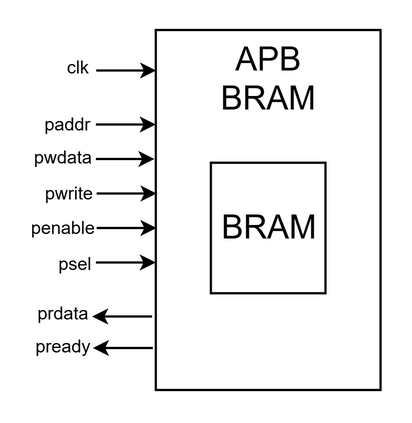
The draw.io diagram images/apb_bram.png in taeseong-dev/apb-bus-peripherals, before a commit. Source tidied: cells renumbered, new cells last; positions are measured from the earlier drawing's top-left corner, leaving out a move shared by most shapes. Its diagram source:
```xml
<mxGraphModel>
  <root>
    <mxCell id="0" />
    <mxCell id="1" parent="0" />
    <mxCell id="2" value="APB&lt;div&gt;BRAM&lt;/div&gt;" style="rounded=0;whiteSpace=wrap;html=1;fontSize=22;strokeWidth=1.5;verticalAlign=top;" parent="1" vertex="1">
      <mxGeometry x="78" width="150" height="240" as="geometry" />
    </mxCell>
    <mxCell id="3" style="edgeStyle=orthogonalEdgeStyle;rounded=0;orthogonalLoop=1;jettySize=auto;html=1;startArrow=none;startFill=0;strokeWidth=1.5;" parent="1" edge="1">
      <mxGeometry relative="1" as="geometry">
        <mxPoint x="38.2" y="27" as="sourcePoint" />
        <mxPoint x="78.2" y="27" as="targetPoint" />
      </mxGeometry>
    </mxCell>
    <mxCell id="4" style="edgeStyle=orthogonalEdgeStyle;rounded=0;orthogonalLoop=1;jettySize=auto;html=1;startArrow=none;startFill=0;strokeWidth=1.5;" parent="1" edge="1">
      <mxGeometry relative="1" as="geometry">
        <mxPoint x="38" y="63" as="sourcePoint" />
        <mxPoint x="78" y="63" as="targetPoint" />
      </mxGeometry>
    </mxCell>
    <mxCell id="5" style="edgeStyle=orthogonalEdgeStyle;rounded=0;orthogonalLoop=1;jettySize=auto;html=1;startArrow=none;startFill=0;strokeWidth=1.5;entryX=-0.005;entryY=0.274;entryDx=0;entryDy=0;entryPerimeter=0;" parent="1" edge="1">
      <mxGeometry relative="1" as="geometry">
        <mxPoint x="38" y="86" as="sourcePoint" />
        <mxPoint x="77.1" y="85.5" as="targetPoint" />
      </mxGeometry>
    </mxCell>
    <mxCell id="6" value="clk" style="text;html=1;whiteSpace=wrap;strokeColor=none;fillColor=none;align=center;verticalAlign=middle;rounded=0;" parent="1" vertex="1">
      <mxGeometry x="11.2" y="10" width="30" height="30" as="geometry" />
    </mxCell>
    <mxCell id="7" value="paddr" style="text;html=1;whiteSpace=wrap;strokeColor=none;fillColor=none;align=center;verticalAlign=middle;rounded=0;" parent="1" vertex="1">
      <mxGeometry x="4.2" y="48" width="30" height="30" as="geometry" />
    </mxCell>
    <mxCell id="8" value="pwdata" style="text;html=1;whiteSpace=wrap;strokeColor=none;fillColor=none;align=center;verticalAlign=middle;rounded=0;" parent="1" vertex="1">
      <mxGeometry x="1.2" y="70" width="30" height="30" as="geometry" />
    </mxCell>
    <mxCell id="9" style="edgeStyle=orthogonalEdgeStyle;rounded=0;orthogonalLoop=1;jettySize=auto;html=1;startArrow=none;startFill=0;strokeWidth=1.5;" parent="1" edge="1">
      <mxGeometry relative="1" as="geometry">
        <mxPoint x="38.5" y="109" as="sourcePoint" />
        <mxPoint x="78.5" y="109" as="targetPoint" />
      </mxGeometry>
    </mxCell>
    <mxCell id="10" style="edgeStyle=orthogonalEdgeStyle;rounded=0;orthogonalLoop=1;jettySize=auto;html=1;startArrow=none;startFill=0;strokeWidth=1.5;" parent="1" edge="1">
      <mxGeometry relative="1" as="geometry">
        <mxPoint x="38.5" y="132" as="sourcePoint" />
        <mxPoint x="78.5" y="132" as="targetPoint" />
      </mxGeometry>
    </mxCell>
    <mxCell id="11" value="pwrite" style="text;html=1;whiteSpace=wrap;strokeColor=none;fillColor=none;align=center;verticalAlign=middle;rounded=0;" parent="1" vertex="1">
      <mxGeometry x="4.5" y="94" width="30" height="30" as="geometry" />
    </mxCell>
    <mxCell id="12" value="penable" style="text;html=1;whiteSpace=wrap;strokeColor=none;fillColor=none;align=center;verticalAlign=middle;rounded=0;" parent="1" vertex="1">
      <mxGeometry x="0.5" y="117" width="30" height="30" as="geometry" />
    </mxCell>
    <mxCell id="13" style="edgeStyle=orthogonalEdgeStyle;rounded=0;orthogonalLoop=1;jettySize=auto;html=1;startArrow=none;startFill=0;strokeWidth=1.5;" parent="1" edge="1">
      <mxGeometry relative="1" as="geometry">
        <mxPoint x="38" y="155" as="sourcePoint" />
        <mxPoint x="78" y="155" as="targetPoint" />
      </mxGeometry>
    </mxCell>
    <mxCell id="14" value="psel" style="text;html=1;whiteSpace=wrap;strokeColor=none;fillColor=none;align=center;verticalAlign=middle;rounded=0;" parent="1" vertex="1">
      <mxGeometry x="9" y="141" width="30" height="30" as="geometry" />
    </mxCell>
    <mxCell id="15" style="edgeStyle=orthogonalEdgeStyle;rounded=0;orthogonalLoop=1;jettySize=auto;html=1;startArrow=classic;startFill=1;strokeWidth=1.5;endArrow=none;endFill=0;" parent="1" edge="1">
      <mxGeometry relative="1" as="geometry">
        <mxPoint x="35.5" y="191" as="sourcePoint" />
        <mxPoint x="75.5" y="191" as="targetPoint" />
      </mxGeometry>
    </mxCell>
    <mxCell id="16" style="edgeStyle=orthogonalEdgeStyle;rounded=0;orthogonalLoop=1;jettySize=auto;html=1;startArrow=classic;startFill=1;strokeWidth=1.5;endArrow=none;endFill=0;" parent="1" edge="1">
      <mxGeometry relative="1" as="geometry">
        <mxPoint x="36" y="212" as="sourcePoint" />
        <mxPoint x="76" y="212" as="targetPoint" />
      </mxGeometry>
    </mxCell>
    <mxCell id="17" value="pready" style="text;html=1;whiteSpace=wrap;strokeColor=none;fillColor=none;align=center;verticalAlign=middle;rounded=0;" parent="1" vertex="1">
      <mxGeometry x="1.2" y="196" width="30" height="30" as="geometry" />
    </mxCell>
    <mxCell id="18" value="prdata" style="text;html=1;whiteSpace=wrap;strokeColor=none;fillColor=none;align=center;verticalAlign=middle;rounded=0;" parent="1" vertex="1">
      <mxGeometry x="1.2" y="174" width="30" height="30" as="geometry" />
    </mxCell>
    <mxCell id="19" value="BRAM" style="rounded=0;whiteSpace=wrap;html=1;fontSize=22;strokeWidth=1.5;" parent="1" vertex="1">
      <mxGeometry x="114.8" y="88.5" width="76.5" height="87" as="geometry" />
    </mxCell>
  </root>
</mxGraphModel>
```
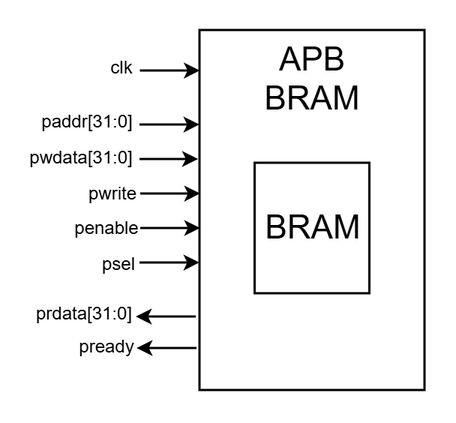
The same diagram one commit later.

The edit, as a diff of the source:
```diff
@@ -26,11 +26,11 @@
     <mxCell id="6" value="clk" style="text;html=1;whiteSpace=wrap;strokeColor=none;fillColor=none;align=center;verticalAlign=middle;rounded=0;" parent="1" vertex="1">
       <mxGeometry x="11.2" y="10" width="30" height="30" as="geometry" />
     </mxCell>
-    <mxCell id="7" value="paddr" style="text;html=1;whiteSpace=wrap;strokeColor=none;fillColor=none;align=center;verticalAlign=middle;rounded=0;" parent="1" vertex="1">
-      <mxGeometry x="4.2" y="48" width="30" height="30" as="geometry" />
+    <mxCell id="7" value="paddr[31:0]" style="text;html=1;whiteSpace=wrap;strokeColor=none;fillColor=none;align=center;verticalAlign=middle;rounded=0;" parent="1" vertex="1">
+      <mxGeometry x="-11.8" y="46" width="30" height="30" as="geometry" />
     </mxCell>
-    <mxCell id="8" value="pwdata" style="text;html=1;whiteSpace=wrap;strokeColor=none;fillColor=none;align=center;verticalAlign=middle;rounded=0;" parent="1" vertex="1">
-      <mxGeometry x="1.2" y="70" width="30" height="30" as="geometry" />
+    <mxCell id="8" value="pwdata[31:0]" style="text;html=1;whiteSpace=wrap;strokeColor=none;fillColor=none;align=center;verticalAlign=middle;rounded=0;" parent="1" vertex="1">
+      <mxGeometry x="-15.8" y="70" width="30" height="30" as="geometry" />
     </mxCell>
     <mxCell id="9" style="edgeStyle=orthogonalEdgeStyle;rounded=0;orthogonalLoop=1;jettySize=auto;html=1;startArrow=none;startFill=0;strokeWidth=1.5;" parent="1" edge="1">
       <mxGeometry relative="1" as="geometry">
@@ -74,8 +74,8 @@
     <mxCell id="17" value="pready" style="text;html=1;whiteSpace=wrap;strokeColor=none;fillColor=none;align=center;verticalAlign=middle;rounded=0;" parent="1" vertex="1">
       <mxGeometry x="1.2" y="196" width="30" height="30" as="geometry" />
     </mxCell>
-    <mxCell id="18" value="prdata" style="text;html=1;whiteSpace=wrap;strokeColor=none;fillColor=none;align=center;verticalAlign=middle;rounded=0;" parent="1" vertex="1">
-      <mxGeometry x="1.2" y="174" width="30" height="30" as="geometry" />
+    <mxCell id="18" value="prdata[31:0]" style="text;html=1;whiteSpace=wrap;strokeColor=none;fillColor=none;align=center;verticalAlign=middle;rounded=0;" parent="1" vertex="1">
+      <mxGeometry x="-13.8" y="174" width="30" height="30" as="geometry" />
     </mxCell>
     <mxCell id="19" value="BRAM" style="rounded=0;whiteSpace=wrap;html=1;fontSize=22;strokeWidth=1.5;" parent="1" vertex="1">
       <mxGeometry x="114.8" y="88.5" width="76.5" height="87" as="geometry" />
```
